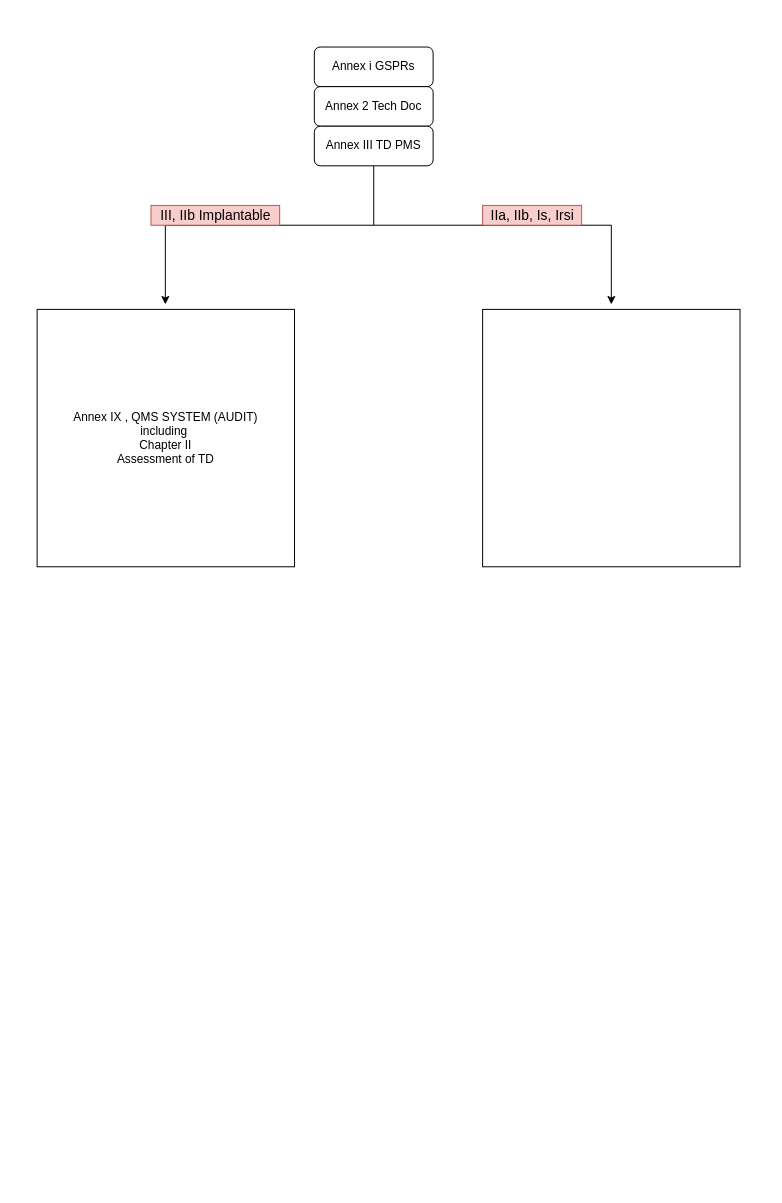
This is flow mdd.drawio from deburca98/nuig, a draw.io file, before an edit. Source tidied: cells renumbered, new cells numbered last; positions are measured from the earlier drawing's top-left corner, leaving out a move shared by most shapes. Both pictures are drawn from the tidied source at 99%, with x=0, y=0 at pixel (37, 47).
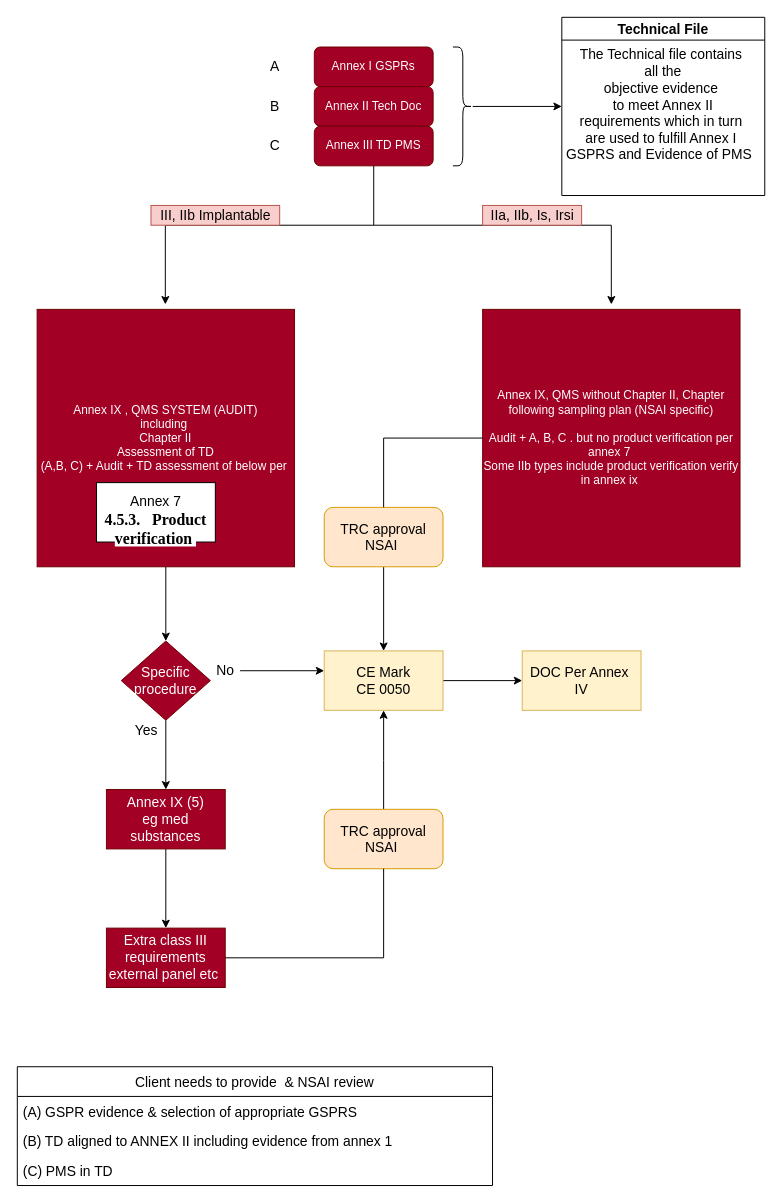
The same diagram, later.

Diff of the diagram source:
```diff
@@
-    <mxCell id="2" value="Annex i GSPRs" style="rounded=1;whiteSpace=wrap;html=1;fontSize=12;glass=0;strokeWidth=1;shadow=0;" parent="1" vertex="1">
+    <mxCell id="2" value="Annex I GSPRs" style="rounded=1;whiteSpace=wrap;html=1;fontSize=12;glass=0;strokeWidth=1;shadow=0;fillColor=#a20025;fontColor=#ffffff;strokeColor=#6F0000;" parent="1" vertex="1">
       <mxGeometry x="280" width="120" height="40" as="geometry" />
     </mxCell>
-    <mxCell id="3" value="Annex 2 Tech Doc" style="rounded=1;whiteSpace=wrap;html=1;fontSize=12;glass=0;strokeWidth=1;shadow=0;" parent="1" vertex="1">
+    <mxCell id="3" value="Annex II Tech Doc" style="rounded=1;whiteSpace=wrap;html=1;fontSize=12;glass=0;strokeWidth=1;shadow=0;fillColor=#a20025;fontColor=#ffffff;strokeColor=#6F0000;" parent="1" vertex="1">
       <mxGeometry x="280" y="40" width="120" height="40" as="geometry" />
     </mxCell>
-    <mxCell id="4" value="Annex III TD PMS" style="rounded=1;whiteSpace=wrap;html=1;fontSize=12;glass=0;strokeWidth=1;shadow=0;" parent="1" vertex="1">
+    <mxCell id="4" value="Annex III TD PMS" style="rounded=1;whiteSpace=wrap;html=1;fontSize=12;glass=0;strokeWidth=1;shadow=0;fillColor=#a20025;fontColor=#ffffff;strokeColor=#6F0000;" parent="1" vertex="1">
       <mxGeometry x="280" y="80" width="120" height="40" as="geometry" />
     </mxCell>
+    <mxCell id="14" style="edgeStyle=orthogonalEdgeStyle;rounded=0;jettySize=auto;html=1;fontSize=14;" parent="1" edge="1" source="5" target="17">
+      <mxGeometry relative="1" as="geometry" />
+    </mxCell>
-    <mxCell id="5" value="Annex IX , QMS SYSTEM (AUDIT)&lt;br&gt;including&amp;nbsp;&lt;br&gt;Chapter II&lt;br&gt;Assessment of TD" style="whiteSpace=wrap;html=1;" parent="1" vertex="1">
+    <mxCell id="5" value="Annex IX , QMS SYSTEM (AUDIT)&lt;br&gt;including&amp;nbsp;&lt;br&gt;Chapter II&lt;br&gt;Assessment of TD&lt;br&gt;(A,B, C) + Audit + TD assessment of below per&amp;nbsp;" style="whiteSpace=wrap;html=1;fillColor=#a20025;strokeColor=#6F0000;fontColor=#ffffff;" parent="1" vertex="1">
       <mxGeometry y="265" width="260" height="260" as="geometry" />
     </mxCell>
+    <mxCell id="15" style="edgeStyle=orthogonalEdgeStyle;rounded=0;jettySize=auto;html=1;entryX=0.5;entryY=0;entryDx=0;entryDy=0;fontSize=14;startArrow=none;" parent="1" edge="1" source="38" target="34">
+      <mxGeometry relative="1" as="geometry" />
+    </mxCell>
-    <mxCell id="6" style="whiteSpace=wrap;html=1;" parent="1" vertex="1">
+    <mxCell id="6" value="Annex IX, QMS without Chapter II, Chapter &lt;br&gt;following sampling plan (NSAI specific)&lt;br&gt;&lt;br&gt;Audit + A, B, C . but no product verification per annex 7&amp;nbsp;&lt;br&gt;Some IIb types include product verification verify in annex ix&amp;nbsp;" style="whiteSpace=wrap;html=1;fillColor=#a20025;fontColor=#ffffff;strokeColor=#6F0000;" parent="1" vertex="1">
       <mxGeometry x="450" y="265" width="260" height="260" as="geometry" />
     </mxCell>
@@
+    <mxCell id="16" style="edgeStyle=orthogonalEdgeStyle;rounded=0;jettySize=auto;html=1;fontSize=14;" parent="1" edge="1" source="17" target="19">
+      <mxGeometry relative="1" as="geometry" />
+    </mxCell>
+    <mxCell id="17" value="Specific procedure" style="rhombus;whiteSpace=wrap;html=1;fontSize=14;fillColor=#a20025;fontColor=#ffffff;strokeColor=#6F0000;" parent="1" vertex="1">
+      <mxGeometry x="85" y="600" width="90" height="80" as="geometry" />
+    </mxCell>
+    <mxCell id="18" style="edgeStyle=orthogonalEdgeStyle;rounded=0;jettySize=auto;html=1;fontSize=14;" parent="1" edge="1" source="19" target="32">
+      <mxGeometry relative="1" as="geometry" />
+    </mxCell>
+    <mxCell id="19" value="Annex IX (5)&lt;br&gt;eg med substances" style="rounded=0;whiteSpace=wrap;html=1;fontSize=14;fillColor=#a20025;fontColor=#ffffff;strokeColor=#6F0000;" parent="1" vertex="1">
+      <mxGeometry x="70" y="750" width="120" height="60" as="geometry" />
+    </mxCell>
+    <mxCell id="20" value="&lt;br&gt;Annex 7&lt;br&gt;&lt;span style=&quot;color: rgb(0 , 0 , 0) ; font-family: &amp;#34;times new roman&amp;#34; ; font-size: 16px ; font-style: normal ; font-weight: 700 ; letter-spacing: normal ; text-align: justify ; text-indent: 0px ; text-transform: none ; word-spacing: 0px ; background-color: rgb(255 , 255 , 255) ; display: inline ; float: none&quot;&gt;4.5.3.&amp;nbsp;&amp;nbsp;&amp;nbsp;Product verification&amp;nbsp;&lt;/span&gt;&lt;br&gt;" style="rounded=0;whiteSpace=wrap;html=1;fontSize=14;" parent="1" vertex="1">
+      <mxGeometry x="60" y="440" width="120" height="60" as="geometry" />
+    </mxCell>
+    <mxCell id="21" value="A" style="text;html=1;align=center;verticalAlign=middle;strokeColor=none;fillColor=none;fontSize=14;" parent="1" vertex="1">
+      <mxGeometry x="230" y="10" width="20" height="20" as="geometry" />
+    </mxCell>
+    <mxCell id="22" value="B" style="text;html=1;align=center;verticalAlign=middle;strokeColor=none;fillColor=none;fontSize=14;" parent="1" vertex="1">
+      <mxGeometry x="230" y="50" width="20" height="20" as="geometry" />
+    </mxCell>
+    <mxCell id="23" value="C" style="text;html=1;align=center;verticalAlign=middle;strokeColor=none;fillColor=none;fontSize=14;" parent="1" vertex="1">
+      <mxGeometry x="225" y="90" width="30" height="20" as="geometry" />
+    </mxCell>
+    <mxCell id="24" value="Yes" style="text;html=1;align=center;verticalAlign=middle;strokeColor=none;fillColor=none;fontSize=14;" parent="1" vertex="1">
+      <mxGeometry x="90" y="680" width="40" height="20" as="geometry" />
+    </mxCell>
+    <mxCell id="25" style="edgeStyle=orthogonalEdgeStyle;rounded=0;jettySize=auto;html=1;fontSize=14;" parent="1" edge="1" source="26" target="34">
+      <mxGeometry relative="1" as="geometry">
+        <Array as="points">
+          <mxPoint x="180" y="640" />
+          <mxPoint x="180" y="640" />
+        </Array>
+      </mxGeometry>
+    </mxCell>
+    <mxCell id="26" value="No" style="text;html=1;align=center;verticalAlign=middle;points=[];strokeColor=none;fillColor=none;fontSize=14;" parent="1" vertex="1">
+      <mxGeometry x="175" y="620" width="30" height="20" as="geometry" />
+    </mxCell>
+    <mxCell id="27" value="Client needs to provide  &amp; NSAI review" style="swimlane;fontStyle=0;horizontal=1;startSize=30;fontSize=14;" parent="1" vertex="1">
+      <mxGeometry x="-20" y="1030" width="480" height="120" as="geometry" />
+    </mxCell>
+    <mxCell id="28" value="(A) GSPR evidence &amp; selection of appropriate GSPRS" style="text;strokeColor=none;fillColor=none;align=left;verticalAlign=middle;spacingLeft=4;spacingRight=4;overflow=hidden;fontSize=14;" parent="27" vertex="1">
+      <mxGeometry y="30" width="480" height="30" as="geometry" />
+    </mxCell>
+    <mxCell id="29" value="(B) TD aligned to ANNEX II including evidence from annex 1" style="text;strokeColor=none;fillColor=none;align=left;verticalAlign=middle;spacingLeft=4;spacingRight=4;overflow=hidden;fontSize=14;" parent="27" vertex="1">
+      <mxGeometry y="60" width="480" height="30" as="geometry" />
+    </mxCell>
+    <mxCell id="30" value="(C) PMS in TD" style="text;strokeColor=none;fillColor=none;align=left;verticalAlign=middle;spacingLeft=4;spacingRight=4;overflow=hidden;fontSize=14;" parent="27" vertex="1">
+      <mxGeometry y="90" width="480" height="30" as="geometry" />
+    </mxCell>
+    <mxCell id="31" style="edgeStyle=orthogonalEdgeStyle;rounded=0;jettySize=auto;html=1;fontSize=14;startArrow=none;" parent="1" edge="1" source="36">
+      <mxGeometry relative="1" as="geometry">
+        <mxPoint x="350" y="670" as="targetPoint" />
+      </mxGeometry>
+    </mxCell>
+    <mxCell id="32" value="Extra class III requirements external panel etc&amp;nbsp;" style="whiteSpace=wrap;html=1;fontSize=14;fillColor=#a20025;strokeColor=#6F0000;fontColor=#ffffff;rounded=0;" parent="1" vertex="1">
+      <mxGeometry x="70" y="890" width="120" height="60" as="geometry" />
+    </mxCell>
+    <mxCell id="33" style="edgeStyle=orthogonalEdgeStyle;rounded=0;jettySize=auto;html=1;fontSize=14;" parent="1" edge="1" source="34" target="35">
+      <mxGeometry relative="1" as="geometry" />
+    </mxCell>
+    <mxCell id="34" value="CE Mark&lt;br&gt;CE 0050" style="whiteSpace=wrap;html=1;fontSize=14;fillColor=#fff2cc;strokeColor=#d6b656;" parent="1" vertex="1">
+      <mxGeometry x="290" y="610" width="120" height="60" as="geometry" />
+    </mxCell>
+    <mxCell id="35" value="DOC Per Annex&amp;nbsp; IV" style="whiteSpace=wrap;html=1;fontSize=14;fillColor=#fff2cc;strokeColor=#d6b656;" parent="1" vertex="1">
+      <mxGeometry x="490" y="610" width="120" height="60" as="geometry" />
+    </mxCell>
+    <mxCell id="36" value="TRC approval NSAI&amp;nbsp;" style="rounded=1;whiteSpace=wrap;html=1;fontSize=14;fillColor=#ffe6cc;strokeColor=#d79b00;" parent="1" vertex="1">
+      <mxGeometry x="290" y="770" width="120" height="60" as="geometry" />
+    </mxCell>
+    <mxCell id="37" style="edgeStyle=orthogonalEdgeStyle;rounded=0;jettySize=auto;html=1;fontSize=14;endArrow=none;" parent="1" edge="1" source="32" target="36">
+      <mxGeometry relative="1" as="geometry" />
+    </mxCell>
+    <mxCell id="38" value="TRC approval NSAI&amp;nbsp;" style="rounded=1;whiteSpace=wrap;html=1;fontSize=14;fillColor=#ffe6cc;strokeColor=#d79b00;" parent="1" vertex="1">
+      <mxGeometry x="290" y="465" width="120" height="60" as="geometry" />
+    </mxCell>
+    <mxCell id="39" style="edgeStyle=orthogonalEdgeStyle;rounded=0;jettySize=auto;html=1;entryX=0.5;entryY=0;entryDx=0;entryDy=0;fontSize=14;endArrow=none;" parent="1" edge="1" source="6" target="38">
+      <mxGeometry relative="1" as="geometry" />
+    </mxCell>
+    <mxCell id="40" style="edgeStyle=orthogonalEdgeStyle;rounded=0;jettySize=auto;html=1;fontSize=14;" parent="1" edge="1" source="41" target="42">
+      <mxGeometry relative="1" as="geometry" />
+    </mxCell>
+    <mxCell id="41" style="shape=curlyBracket;whiteSpace=wrap;html=1;rounded=1;flipH=1;fontSize=14;" parent="1" vertex="1">
+      <mxGeometry x="420" width="20" height="120" as="geometry" />
+    </mxCell>
+    <mxCell id="42" value="Technical File" style="swimlane;fontSize=14;" parent="1" vertex="1">
+      <mxGeometry x="530" y="-30" width="205" height="180" as="geometry" />
+    </mxCell>
+    <mxCell id="43" value="&lt;br&gt;The Technical file contains&lt;br&gt;&amp;nbsp;all the &lt;br&gt;objective evidence&lt;br&gt;&amp;nbsp;to meet Annex II &lt;br&gt;requirements which in turn&lt;br&gt;are used to fulfill Annex I&lt;br&gt;GSPRS and Evidence of PMS&amp;nbsp;" style="text;html=1;align=center;verticalAlign=middle;strokeColor=none;fillColor=none;fontSize=14;" parent="42" vertex="1">
+      <mxGeometry x="-5" y="10" width="210" height="140" as="geometry" />
+    </mxCell>
```
